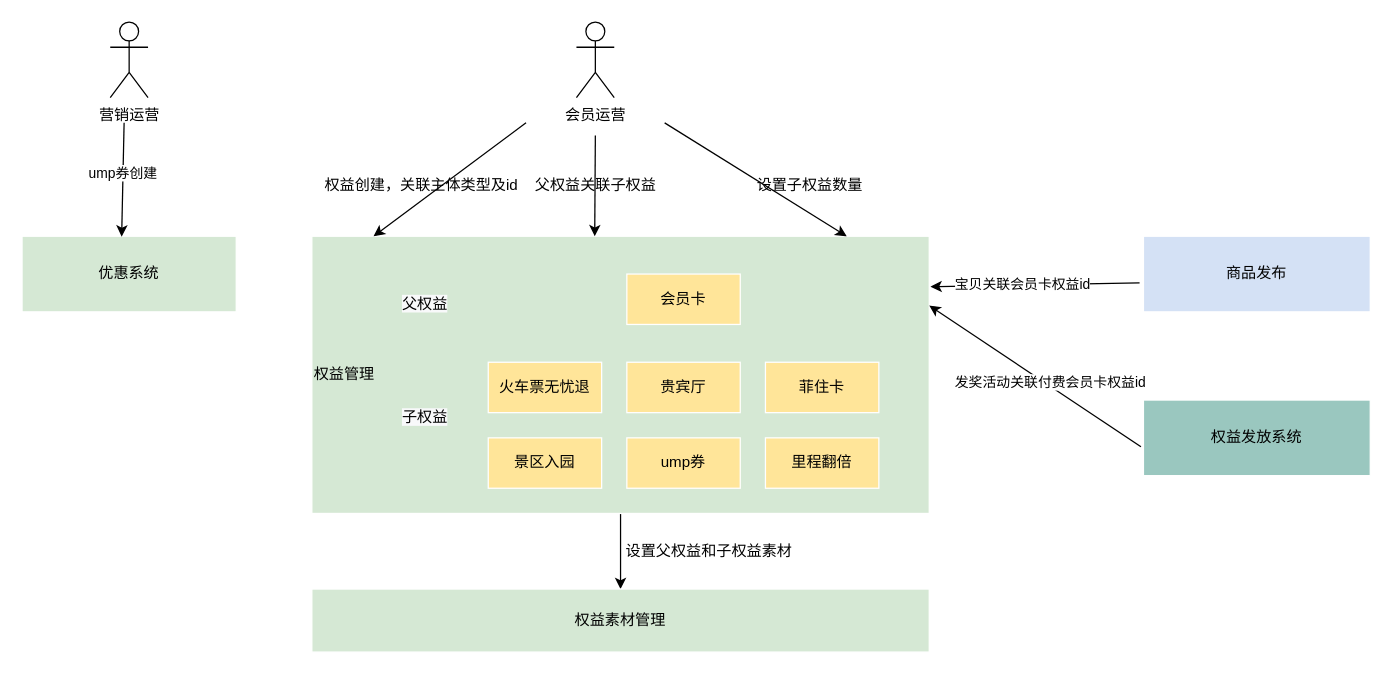
This is page "会员创建流程" (2 of 4) of 付费权益.drawio from renqiuming/drawio, a draw.io file, before an edit. Source tidied: cells renumbered, new cells numbered last; positions are measured from the earlier drawing's top-left corner, leaving out a move shared by most shapes. Both pictures are drawn from the tidied source at 126%, with x=0, y=0 at pixel (21, 21).
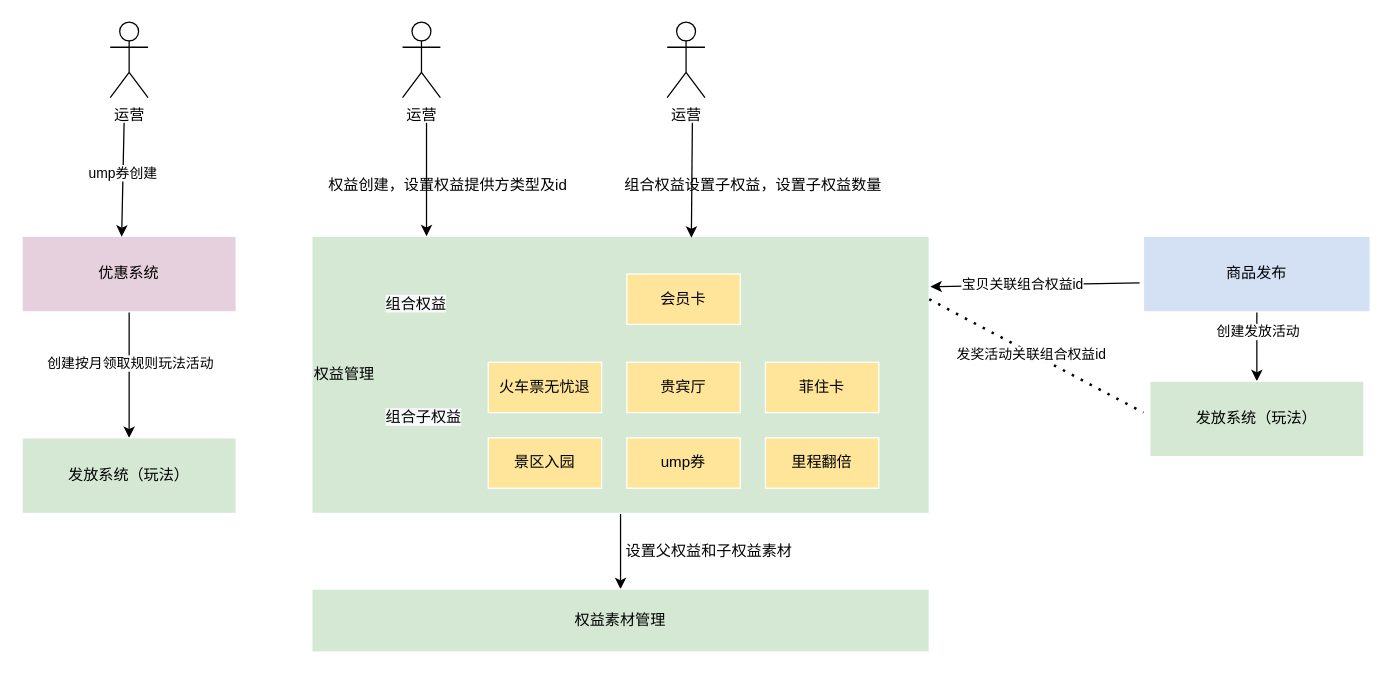
Above is the later version.

Unchanged cells that the change refers to:
```xml
<mxCell id="3" value="权益管理" style="rounded=0;whiteSpace=wrap;html=1;strokeColor=#FFFFFF;fillColor=#D5E8D4;align=left;" parent="1" vertex="1">
  <mxGeometry x="230" y="170" width="490" height="220" as="geometry" />
</mxCell>
<mxCell id="18" value="商品发布" style="rounded=0;whiteSpace=wrap;html=1;strokeColor=#FFFFFF;fillColor=#D4E1F5;align=center;" parent="1" vertex="1">
  <mxGeometry x="890" y="170" width="180" height="60" as="geometry" />
</mxCell>
<mxCell id="19" style="endArrow=classic;html=1;entryX=1.002;entryY=0.182;entryDx=0;entryDy=0;exitX=-0.017;exitY=0.617;exitDx=0;exitDy=0;exitPerimeter=0;entryPerimeter=0;" parent="1" edge="1" source="18" target="3">
  <mxGeometry relative="1" as="geometry" />
</mxCell>
```

What changed in the source:
```diff
@@
-    <mxCell id="4" value="会员运营" style="shape=umlActor;verticalLabelPosition=bottom;verticalAlign=top;html=1;" parent="1" vertex="1">
-      <mxGeometry x="440" width="30" height="60" as="geometry" />
+    <mxCell id="4" value="运营" style="shape=umlActor;verticalLabelPosition=bottom;verticalAlign=top;html=1;" parent="1" vertex="1">
+      <mxGeometry x="302" width="30" height="60" as="geometry" />
     </mxCell>
-    <mxCell id="5" style="endArrow=classic;html=1;entryX=0.1;entryY=0;entryDx=0;entryDy=0;entryPerimeter=0;" parent="1" edge="1" target="3">
+    <mxCell id="5" style="endArrow=classic;html=1;entryX=0.1;entryY=0;entryDx=0;entryDy=0;entryPerimeter=0;" parent="1" edge="1">
       <mxGeometry relative="1" as="geometry">
-        <mxPoint x="400" y="80" as="sourcePoint" />
+        <mxPoint x="321" y="80" as="sourcePoint" />
+        <mxPoint x="321" y="170" as="targetPoint" />
       </mxGeometry>
     </mxCell>
-    <mxCell id="6" value="&lt;span&gt;权益创建，关联主体类型及id&amp;nbsp;&amp;nbsp;&lt;/span&gt;" style="text;html=1;align=center;verticalAlign=middle;" parent="1" vertex="1">
-      <mxGeometry x="230" y="120" width="180" height="20" as="geometry" />
+    <mxCell id="6" value="&lt;span&gt;权益创建，设置权益提供方类型及id&amp;nbsp;&amp;nbsp;&lt;/span&gt;" style="text;html=1;align=center;verticalAlign=middle;" parent="1" vertex="1">
+      <mxGeometry x="236" y="120" width="210" height="20" as="geometry" />
     </mxCell>
@@
-    <mxCell id="8" value="&lt;span style=&quot;color: rgb(0, 0, 0); font-family: helvetica; font-size: 12px; font-style: normal; font-weight: 400; letter-spacing: normal; text-align: left; text-indent: 0px; text-transform: none; word-spacing: 0px; background-color: rgb(248, 249, 250); display: inline; float: none;&quot;&gt;父权益&lt;/span&gt;" style="text;whiteSpace=wrap;html=1;" parent="1" vertex="1">
-      <mxGeometry x="300" y="210" width="60" height="30" as="geometry" />
+    <mxCell id="8" value="&lt;span style=&quot;color: rgb(0 , 0 , 0) ; font-family: &amp;#34;helvetica&amp;#34; ; font-size: 12px ; font-style: normal ; font-weight: 400 ; letter-spacing: normal ; text-align: left ; text-indent: 0px ; text-transform: none ; word-spacing: 0px ; background-color: rgb(248 , 249 , 250) ; display: inline ; float: none&quot;&gt;组合权益&lt;/span&gt;" style="text;whiteSpace=wrap;html=1;" parent="1" vertex="1">
+      <mxGeometry x="287" y="210" width="60" height="30" as="geometry" />
     </mxCell>
-    <mxCell id="9" value="&lt;span style=&quot;color: rgb(0 , 0 , 0) ; font-family: &amp;#34;helvetica&amp;#34; ; font-size: 12px ; font-style: normal ; font-weight: 400 ; letter-spacing: normal ; text-align: left ; text-indent: 0px ; text-transform: none ; word-spacing: 0px ; background-color: rgb(248 , 249 , 250) ; display: inline ; float: none&quot;&gt;子权益&lt;/span&gt;" style="text;whiteSpace=wrap;html=1;" parent="1" vertex="1">
-      <mxGeometry x="300" y="300" width="60" height="30" as="geometry" />
+    <mxCell id="9" value="&lt;span style=&quot;color: rgb(0 , 0 , 0) ; font-family: &amp;#34;helvetica&amp;#34; ; font-size: 12px ; font-style: normal ; font-weight: 400 ; letter-spacing: normal ; text-align: left ; text-indent: 0px ; text-transform: none ; word-spacing: 0px ; background-color: rgb(248 , 249 , 250) ; display: inline ; float: none&quot;&gt;组合子权益&lt;/span&gt;" style="text;whiteSpace=wrap;html=1;" parent="1" vertex="1">
+      <mxGeometry x="287" y="300" width="70" height="30" as="geometry" />
     </mxCell>
@@
-    <mxCell id="16" style="endArrow=classic;html=1;entryX=0.1;entryY=0;entryDx=0;entryDy=0;entryPerimeter=0;" parent="1" edge="1">
+    <mxCell id="16" style="endArrow=classic;html=1;entryX=0.529;entryY=0.005;entryDx=0;entryDy=0;entryPerimeter=0;" parent="1" edge="1">
       <mxGeometry relative="1" as="geometry">
-        <mxPoint x="455" y="90" as="sourcePoint" />
-        <mxPoint x="454.5" y="170" as="targetPoint" />
+        <mxPoint x="532" y="80" as="sourcePoint" />
+        <mxPoint x="531.2" y="171.1" as="targetPoint" />
       </mxGeometry>
     </mxCell>
-    <mxCell id="17" value="&lt;span&gt;父权益关联子权益&lt;/span&gt;" style="text;html=1;align=center;verticalAlign=middle;" parent="1" vertex="1">
-      <mxGeometry x="400" y="120" width="110" height="20" as="geometry" />
+    <mxCell id="17" value="&lt;span&gt;组合权益设置子权益，设置子权益数量&lt;/span&gt;" style="text;html=1;align=center;verticalAlign=middle;" parent="1" vertex="1">
+      <mxGeometry x="470" y="120" width="220" height="20" as="geometry" />
     </mxCell>
+    <mxCell id="32" style="edgeStyle=orthogonalEdgeStyle;rounded=0;jettySize=auto;html=1;entryX=0.5;entryY=0;entryDx=0;entryDy=0;" parent="1" edge="1" source="18" target="38">
+      <mxGeometry relative="1" as="geometry" />
+    </mxCell>
+    <mxCell id="33" value="创建发放活动" style="edgeLabel;html=1;align=center;verticalAlign=middle;" parent="32" vertex="1">
+      <mxGeometry x="-0.45" relative="1" as="geometry" />
+    </mxCell>
@@
-    <mxCell id="20" value="宝贝关联会员卡权益id" style="edgeLabel;html=1;align=center;verticalAlign=middle;" parent="19" vertex="1">
+    <mxCell id="20" value="宝贝关联组合权益id" style="edgeLabel;html=1;align=center;verticalAlign=middle;" parent="19" vertex="1">
       <mxGeometry x="0.31" y="-2" relative="1" as="geometry">
         <mxPoint x="16" as="offset" />
       </mxGeometry>
     </mxCell>
-    <mxCell id="21" value="权益发放系统" style="rounded=0;whiteSpace=wrap;html=1;strokeColor=#FFFFFF;fillColor=#9AC7BF;align=center;" parent="1" vertex="1">
-      <mxGeometry x="890" y="300" width="180" height="60" as="geometry" />
-    </mxCell>
-    <mxCell id="22" style="endArrow=classic;html=1;exitX=-0.011;exitY=0.617;exitDx=0;exitDy=0;exitPerimeter=0;entryX=1;entryY=0.25;entryDx=0;entryDy=0;" parent="1" edge="1" source="21" target="3">
-      <mxGeometry relative="1" as="geometry" />
-    </mxCell>
-    <mxCell id="23" value="发奖活动关联付费会员卡权益id" style="edgeLabel;html=1;align=center;verticalAlign=middle;" parent="22" vertex="1">
-      <mxGeometry x="-0.12" y="-3" relative="1" as="geometry" />
-    </mxCell>
-    <mxCell id="24" style="endArrow=classic;html=1;entryX=0.1;entryY=0;entryDx=0;entryDy=0;entryPerimeter=0;" parent="1" edge="1">
-      <mxGeometry relative="1" as="geometry">
-        <mxPoint x="510" y="80" as="sourcePoint" />
-        <mxPoint x="654.5" y="170" as="targetPoint" />
-      </mxGeometry>
-    </mxCell>
-    <mxCell id="25" value="&lt;span&gt;设置子权益数量&lt;/span&gt;" style="text;html=1;align=center;verticalAlign=middle;" parent="1" vertex="1">
-      <mxGeometry x="575" y="120" width="100" height="20" as="geometry" />
-    </mxCell>
@@
-    <mxCell id="28" value="营销运营" style="shape=umlActor;verticalLabelPosition=bottom;verticalAlign=top;html=1;" parent="1" vertex="1">
+    <mxCell id="28" value="运营" style="shape=umlActor;verticalLabelPosition=bottom;verticalAlign=top;html=1;" parent="1" vertex="1">
       <mxGeometry x="70" width="30" height="60" as="geometry" />
     </mxCell>
+    <mxCell id="34" style="edgeStyle=orthogonalEdgeStyle;rounded=0;jettySize=auto;html=1;exitX=0.5;exitY=1;exitDx=0;exitDy=0;" parent="1" edge="1" source="29" target="36">
+      <mxGeometry relative="1" as="geometry" />
+    </mxCell>
+    <mxCell id="35" value="创建按月领取规则玩法活动" style="edgeLabel;html=1;align=center;verticalAlign=middle;" parent="34" vertex="1">
+      <mxGeometry x="-0.44" y="2" relative="1" as="geometry">
+        <mxPoint x="-2" y="12" as="offset" />
+      </mxGeometry>
+    </mxCell>
-    <mxCell id="29" value="优惠系统" style="rounded=0;whiteSpace=wrap;html=1;strokeColor=#FFFFFF;fillColor=#D5E8D4;align=center;" parent="1" vertex="1">
+    <mxCell id="29" value="优惠系统" style="rounded=0;whiteSpace=wrap;html=1;strokeColor=#FFFFFF;fillColor=#E6D0DE;align=center;" parent="1" vertex="1">
       <mxGeometry y="170" width="170" height="60" as="geometry" />
     </mxCell>
@@
+    <mxCell id="36" value="发放系统（玩法）" style="rounded=0;whiteSpace=wrap;html=1;strokeColor=#FFFFFF;fillColor=#D5E8D4;align=center;" parent="1" vertex="1">
+      <mxGeometry y="330" width="170" height="60" as="geometry" />
+    </mxCell>
+    <mxCell id="37" value="运营" style="shape=umlActor;verticalLabelPosition=bottom;verticalAlign=top;html=1;" parent="1" vertex="1">
+      <mxGeometry x="512" width="30" height="60" as="geometry" />
+    </mxCell>
+    <mxCell id="38" value="发放系统（玩法）" style="rounded=0;whiteSpace=wrap;html=1;strokeColor=#FFFFFF;fillColor=#D5E8D4;align=center;" parent="1" vertex="1">
+      <mxGeometry x="895" y="285" width="170" height="60" as="geometry" />
+    </mxCell>
+    <mxCell id="39" style="endArrow=none;dashed=1;html=1;dashPattern=1 3;strokeWidth=2;" parent="1" edge="1">
+      <mxGeometry relative="1" as="geometry">
+        <mxPoint x="720" y="220" as="sourcePoint" />
+        <mxPoint x="890" y="310" as="targetPoint" />
+      </mxGeometry>
+    </mxCell>
+    <mxCell id="40" value="发奖活动关联组合权益id" style="edgeLabel;html=1;align=center;verticalAlign=middle;" parent="39" vertex="1">
+      <mxGeometry x="-0.12" y="-4" relative="1" as="geometry">
+        <mxPoint x="6.8" as="offset" />
+      </mxGeometry>
+    </mxCell>
```
